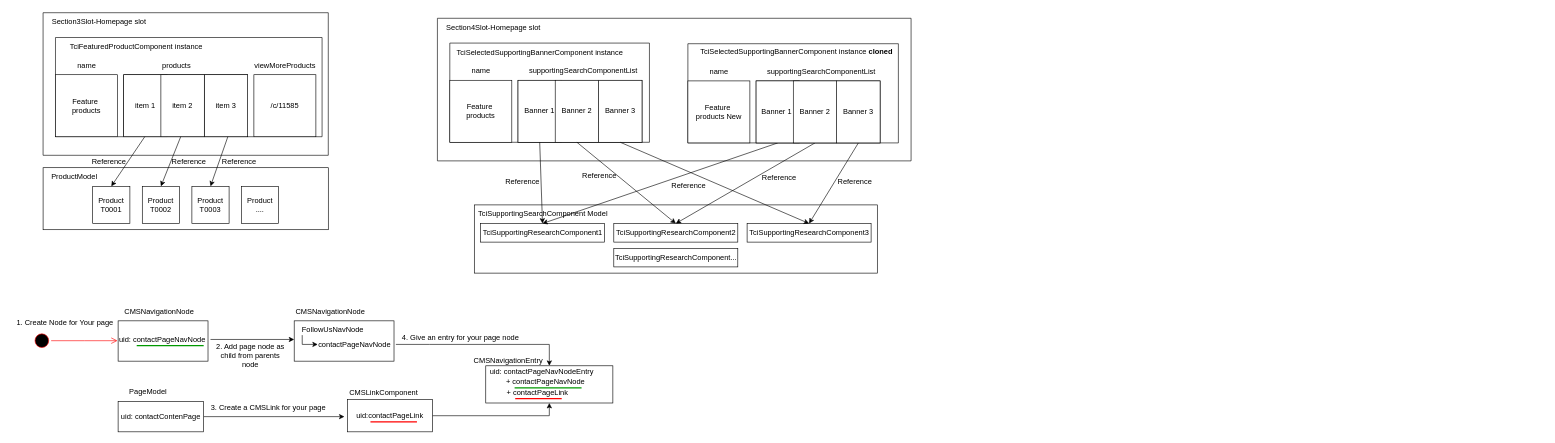
Before: diagrams/DrawTemp.drawio in pinestran/transferfiles, a draw.io diagram. Source tidied: cells renumbered, new cells numbered last; positions are measured from the earlier drawing's top-left corner, leaving out a move shared by most shapes. Both pictures are drawn from the tidied source at 62%, with x=0, y=0 at pixel (11, 12).
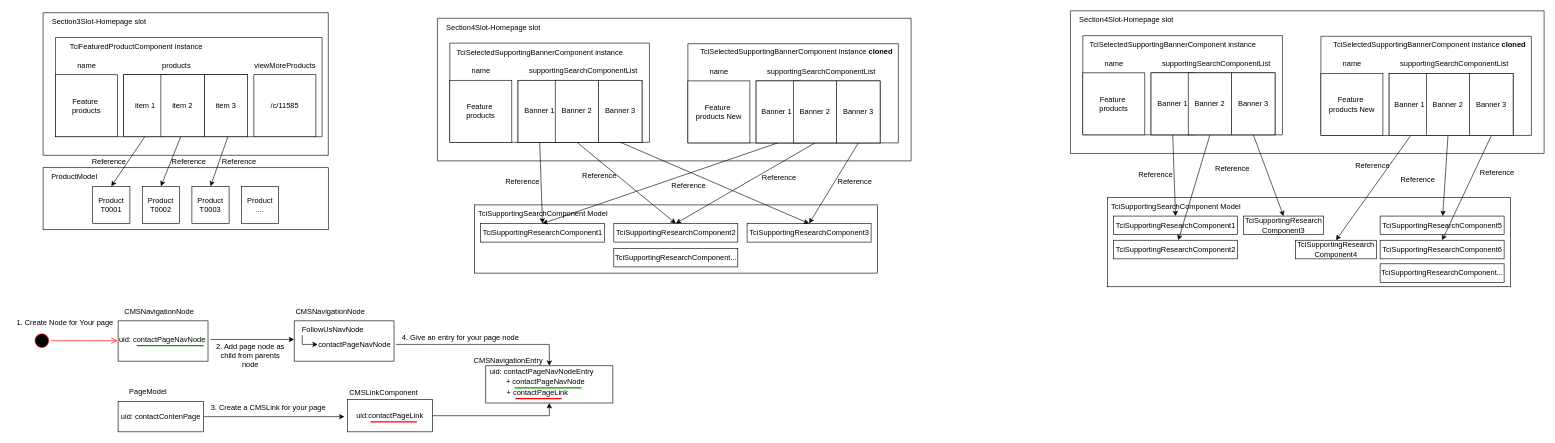
After the change.

The edit, as a diff of the source:
```diff
@@
+    <mxCell id="96" style="rounded=0;whiteSpace=wrap;html=1;" parent="1" vertex="1">
+      <mxGeometry x="1768.5" y="298" width="650" height="144" as="geometry" />
+    </mxCell>
+    <mxCell id="97" style="swimlane;startSize=0;" parent="1" vertex="1">
+      <mxGeometry x="1709" y="-3" width="764" height="230" as="geometry" />
+    </mxCell>
+    <mxCell id="98" value="Section4Slot-Homepage slot" style="text;html=1;align=center;verticalAlign=middle;strokeColor=none;fillColor=none;" parent="97" vertex="1">
+      <mxGeometry width="180" height="30" as="geometry" />
+    </mxCell>
+    <mxCell id="99" style="swimlane;startSize=0;" parent="97" vertex="1">
+      <mxGeometry x="20" y="40" width="322" height="160" as="geometry" />
+    </mxCell>
+    <mxCell id="100" value="TciSelectedSupportingBannerComponent instance" style="text;html=1;align=center;verticalAlign=middle;strokeColor=none;fillColor=none;" parent="99" vertex="1">
+      <mxGeometry width="290" height="30" as="geometry" />
+    </mxCell>
+    <mxCell id="101" value="Feature&amp;nbsp;&lt;br&gt;products" style="whiteSpace=wrap;html=1;" parent="99" vertex="1">
+      <mxGeometry y="60" width="100" height="100" as="geometry" />
+    </mxCell>
+    <mxCell id="102" style="rounded=0;whiteSpace=wrap;html=1;" parent="99" vertex="1">
+      <mxGeometry x="110" y="60" width="200" height="100" as="geometry" />
+    </mxCell>
+    <mxCell id="103" value="Banner 1" style="rounded=0;whiteSpace=wrap;html=1;" parent="99" vertex="1">
+      <mxGeometry x="110" y="60" width="70" height="100" as="geometry" />
+    </mxCell>
+    <mxCell id="104" value="Banner 3" style="rounded=0;whiteSpace=wrap;html=1;" parent="99" vertex="1">
+      <mxGeometry x="240" y="60" width="70" height="100" as="geometry" />
+    </mxCell>
+    <mxCell id="105" value="Banner 2" style="rounded=0;whiteSpace=wrap;html=1;" parent="99" vertex="1">
+      <mxGeometry x="170" y="60" width="70" height="100" as="geometry" />
+    </mxCell>
+    <mxCell id="106" value="supportingSearchComponentList" style="text;html=1;align=center;verticalAlign=middle;strokeColor=none;fillColor=none;" parent="99" vertex="1">
+      <mxGeometry x="115" y="30" width="200" height="30" as="geometry" />
+    </mxCell>
+    <mxCell id="107" value="name" style="text;html=1;align=center;verticalAlign=middle;strokeColor=none;fillColor=none;" parent="99" vertex="1">
+      <mxGeometry x="25" y="30" width="50" height="30" as="geometry" />
+    </mxCell>
+    <mxCell id="108" value="TciSupportingSearchComponent Model" style="text;html=1;align=center;verticalAlign=middle;strokeColor=none;fillColor=none;" parent="1" vertex="1">
+      <mxGeometry x="1763.5" y="298" width="230" height="30" as="geometry" />
+    </mxCell>
+    <mxCell id="109" value="TciSupportingResearchComponent1" style="rounded=0;whiteSpace=wrap;html=1;" parent="1" vertex="1">
+      <mxGeometry x="1778.5" y="328" width="200" height="30" as="geometry" />
+    </mxCell>
+    <mxCell id="110" value="TciSupportingResearch&lt;br&gt;Component3" style="rounded=0;whiteSpace=wrap;html=1;" parent="1" vertex="1">
+      <mxGeometry x="1988" y="328" width="129.5" height="30" as="geometry" />
+    </mxCell>
+    <mxCell id="111" value="TciSupportingResearchComponent5" style="rounded=0;whiteSpace=wrap;html=1;" parent="1" vertex="1">
+      <mxGeometry x="2208.5" y="328" width="200" height="30" as="geometry" />
+    </mxCell>
+    <mxCell id="112" value="TciSupportingResearchComponent..." style="rounded=0;whiteSpace=wrap;html=1;" parent="1" vertex="1">
+      <mxGeometry x="2208.5" y="405" width="200" height="30" as="geometry" />
+    </mxCell>
+    <mxCell id="113" style="endArrow=classic;html=1;rounded=0;entryX=0.5;entryY=0;entryDx=0;entryDy=0;exitX=0.5;exitY=1;exitDx=0;exitDy=0;" parent="1" edge="1" source="104" target="110">
+      <mxGeometry relative="1" as="geometry" />
+    </mxCell>
+    <mxCell id="114" style="endArrow=classic;html=1;rounded=0;exitX=0.5;exitY=1;exitDx=0;exitDy=0;" parent="1" edge="1" source="105" target="133">
+      <mxGeometry relative="1" as="geometry" />
+    </mxCell>
+    <mxCell id="115" style="endArrow=classic;html=1;rounded=0;entryX=0.5;entryY=0;entryDx=0;entryDy=0;exitX=0.5;exitY=1;exitDx=0;exitDy=0;" parent="1" edge="1" source="103" target="109">
+      <mxGeometry relative="1" as="geometry" />
+    </mxCell>
+    <mxCell id="116" value="Reference" style="text;html=1;align=center;verticalAlign=middle;strokeColor=none;fillColor=none;" parent="1" vertex="1">
+      <mxGeometry x="1809" y="248" width="73" height="26" as="geometry" />
+    </mxCell>
+    <mxCell id="117" value="Reference" style="text;html=1;align=center;verticalAlign=middle;strokeColor=none;fillColor=none;" parent="1" vertex="1">
+      <mxGeometry x="2159" y="234" width="73" height="26" as="geometry" />
+    </mxCell>
+    <mxCell id="118" value="Reference" style="text;html=1;align=center;verticalAlign=middle;strokeColor=none;fillColor=none;" parent="1" vertex="1">
+      <mxGeometry x="1933" y="238" width="73" height="26" as="geometry" />
+    </mxCell>
+    <mxCell id="119" style="endArrow=classic;html=1;rounded=0;entryX=0.5;entryY=0;entryDx=0;entryDy=0;exitX=0.5;exitY=1;exitDx=0;exitDy=0;" parent="1" edge="1" source="128" target="135">
+      <mxGeometry relative="1" as="geometry" />
+    </mxCell>
+    <mxCell id="120" style="endArrow=classic;html=1;rounded=0;exitX=0.5;exitY=1;exitDx=0;exitDy=0;" parent="1" edge="1" source="129" target="111">
+      <mxGeometry relative="1" as="geometry" />
+    </mxCell>
+    <mxCell id="121" style="endArrow=classic;html=1;rounded=0;entryX=0.5;entryY=0;entryDx=0;entryDy=0;exitX=0.5;exitY=1;exitDx=0;exitDy=0;" parent="1" edge="1" source="127" target="134">
+      <mxGeometry relative="1" as="geometry" />
+    </mxCell>
+    <mxCell id="122" value="Reference" style="text;html=1;align=center;verticalAlign=middle;strokeColor=none;fillColor=none;" parent="1" vertex="1">
+      <mxGeometry x="2232" y="257" width="73" height="26" as="geometry" />
+    </mxCell>
+    <mxCell id="123" value="Reference" style="text;html=1;align=center;verticalAlign=middle;strokeColor=none;fillColor=none;" parent="1" vertex="1">
+      <mxGeometry x="2360" y="246" width="73" height="26" as="geometry" />
+    </mxCell>
+    <mxCell id="124" style="swimlane;startSize=0;" parent="1" vertex="1">
+      <mxGeometry x="2113" y="38" width="339.5" height="160" as="geometry" />
+    </mxCell>
+    <mxCell id="125" value="Feature&amp;nbsp;&lt;br&gt;products New" style="whiteSpace=wrap;html=1;" parent="124" vertex="1">
+      <mxGeometry y="60" width="100" height="100" as="geometry" />
+    </mxCell>
+    <mxCell id="126" style="rounded=0;whiteSpace=wrap;html=1;" parent="124" vertex="1">
+      <mxGeometry x="110" y="60" width="200" height="100" as="geometry" />
+    </mxCell>
+    <mxCell id="127" value="Banner 1&amp;nbsp;" style="rounded=0;whiteSpace=wrap;html=1;" parent="124" vertex="1">
+      <mxGeometry x="110" y="60" width="70" height="100" as="geometry" />
+    </mxCell>
+    <mxCell id="128" value="Banner 3" style="rounded=0;whiteSpace=wrap;html=1;" parent="124" vertex="1">
+      <mxGeometry x="240" y="60" width="70" height="100" as="geometry" />
+    </mxCell>
+    <mxCell id="129" value="Banner 2" style="rounded=0;whiteSpace=wrap;html=1;" parent="124" vertex="1">
+      <mxGeometry x="170" y="60" width="70" height="100" as="geometry" />
+    </mxCell>
+    <mxCell id="130" value="supportingSearchComponentList" style="text;html=1;align=center;verticalAlign=middle;strokeColor=none;fillColor=none;" parent="124" vertex="1">
+      <mxGeometry x="115" y="30" width="200" height="30" as="geometry" />
+    </mxCell>
+    <mxCell id="131" value="name" style="text;html=1;align=center;verticalAlign=middle;strokeColor=none;fillColor=none;" parent="124" vertex="1">
+      <mxGeometry x="25" y="30" width="50" height="30" as="geometry" />
+    </mxCell>
+    <mxCell id="132" value="TciSelectedSupportingBannerComponent instance &lt;b&gt;cloned&lt;/b&gt;" style="text;html=1;align=center;verticalAlign=middle;strokeColor=none;fillColor=none;" parent="124" vertex="1">
+      <mxGeometry x="9.5" y="-2" width="330" height="30" as="geometry" />
+    </mxCell>
+    <mxCell id="133" value="TciSupportingResearchComponent2" style="rounded=0;whiteSpace=wrap;html=1;" parent="1" vertex="1">
+      <mxGeometry x="1778.5" y="367" width="200" height="30" as="geometry" />
+    </mxCell>
+    <mxCell id="134" value="TciSupportingResearch&lt;br&gt;Component4" style="rounded=0;whiteSpace=wrap;html=1;" parent="1" vertex="1">
+      <mxGeometry x="2072" y="367" width="130.5" height="30" as="geometry" />
+    </mxCell>
+    <mxCell id="135" value="TciSupportingResearchComponent6" style="rounded=0;whiteSpace=wrap;html=1;" parent="1" vertex="1">
+      <mxGeometry x="2208.5" y="367" width="200" height="30" as="geometry" />
+    </mxCell>
```
